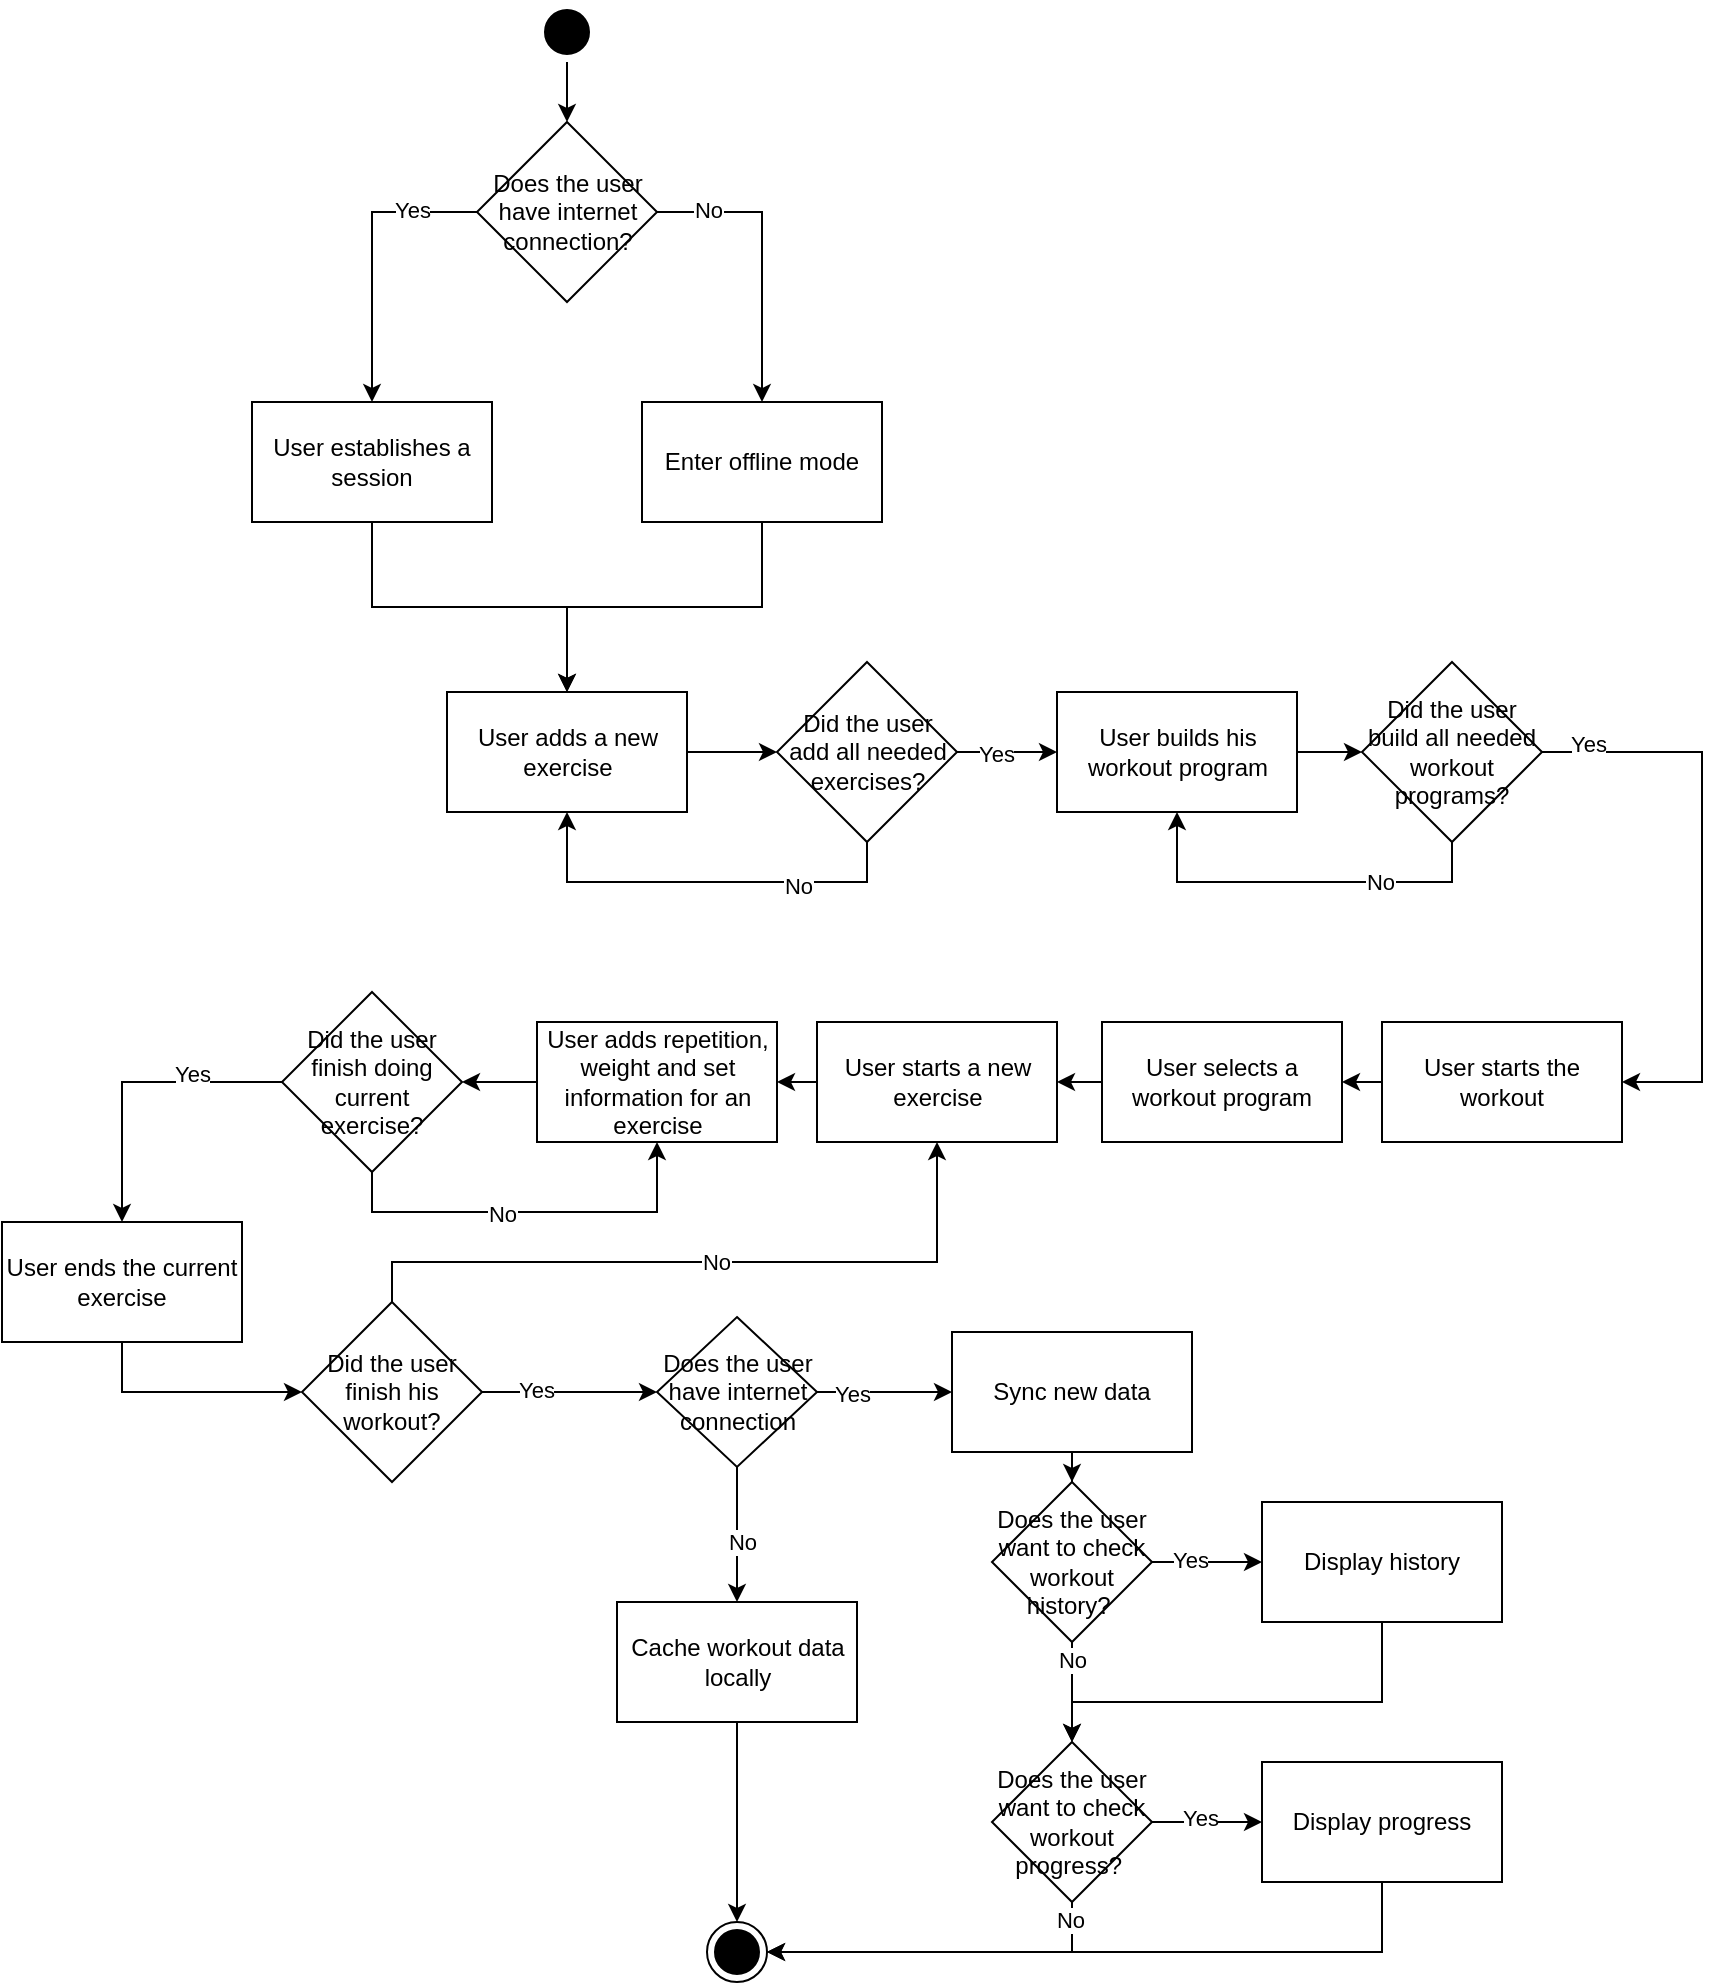
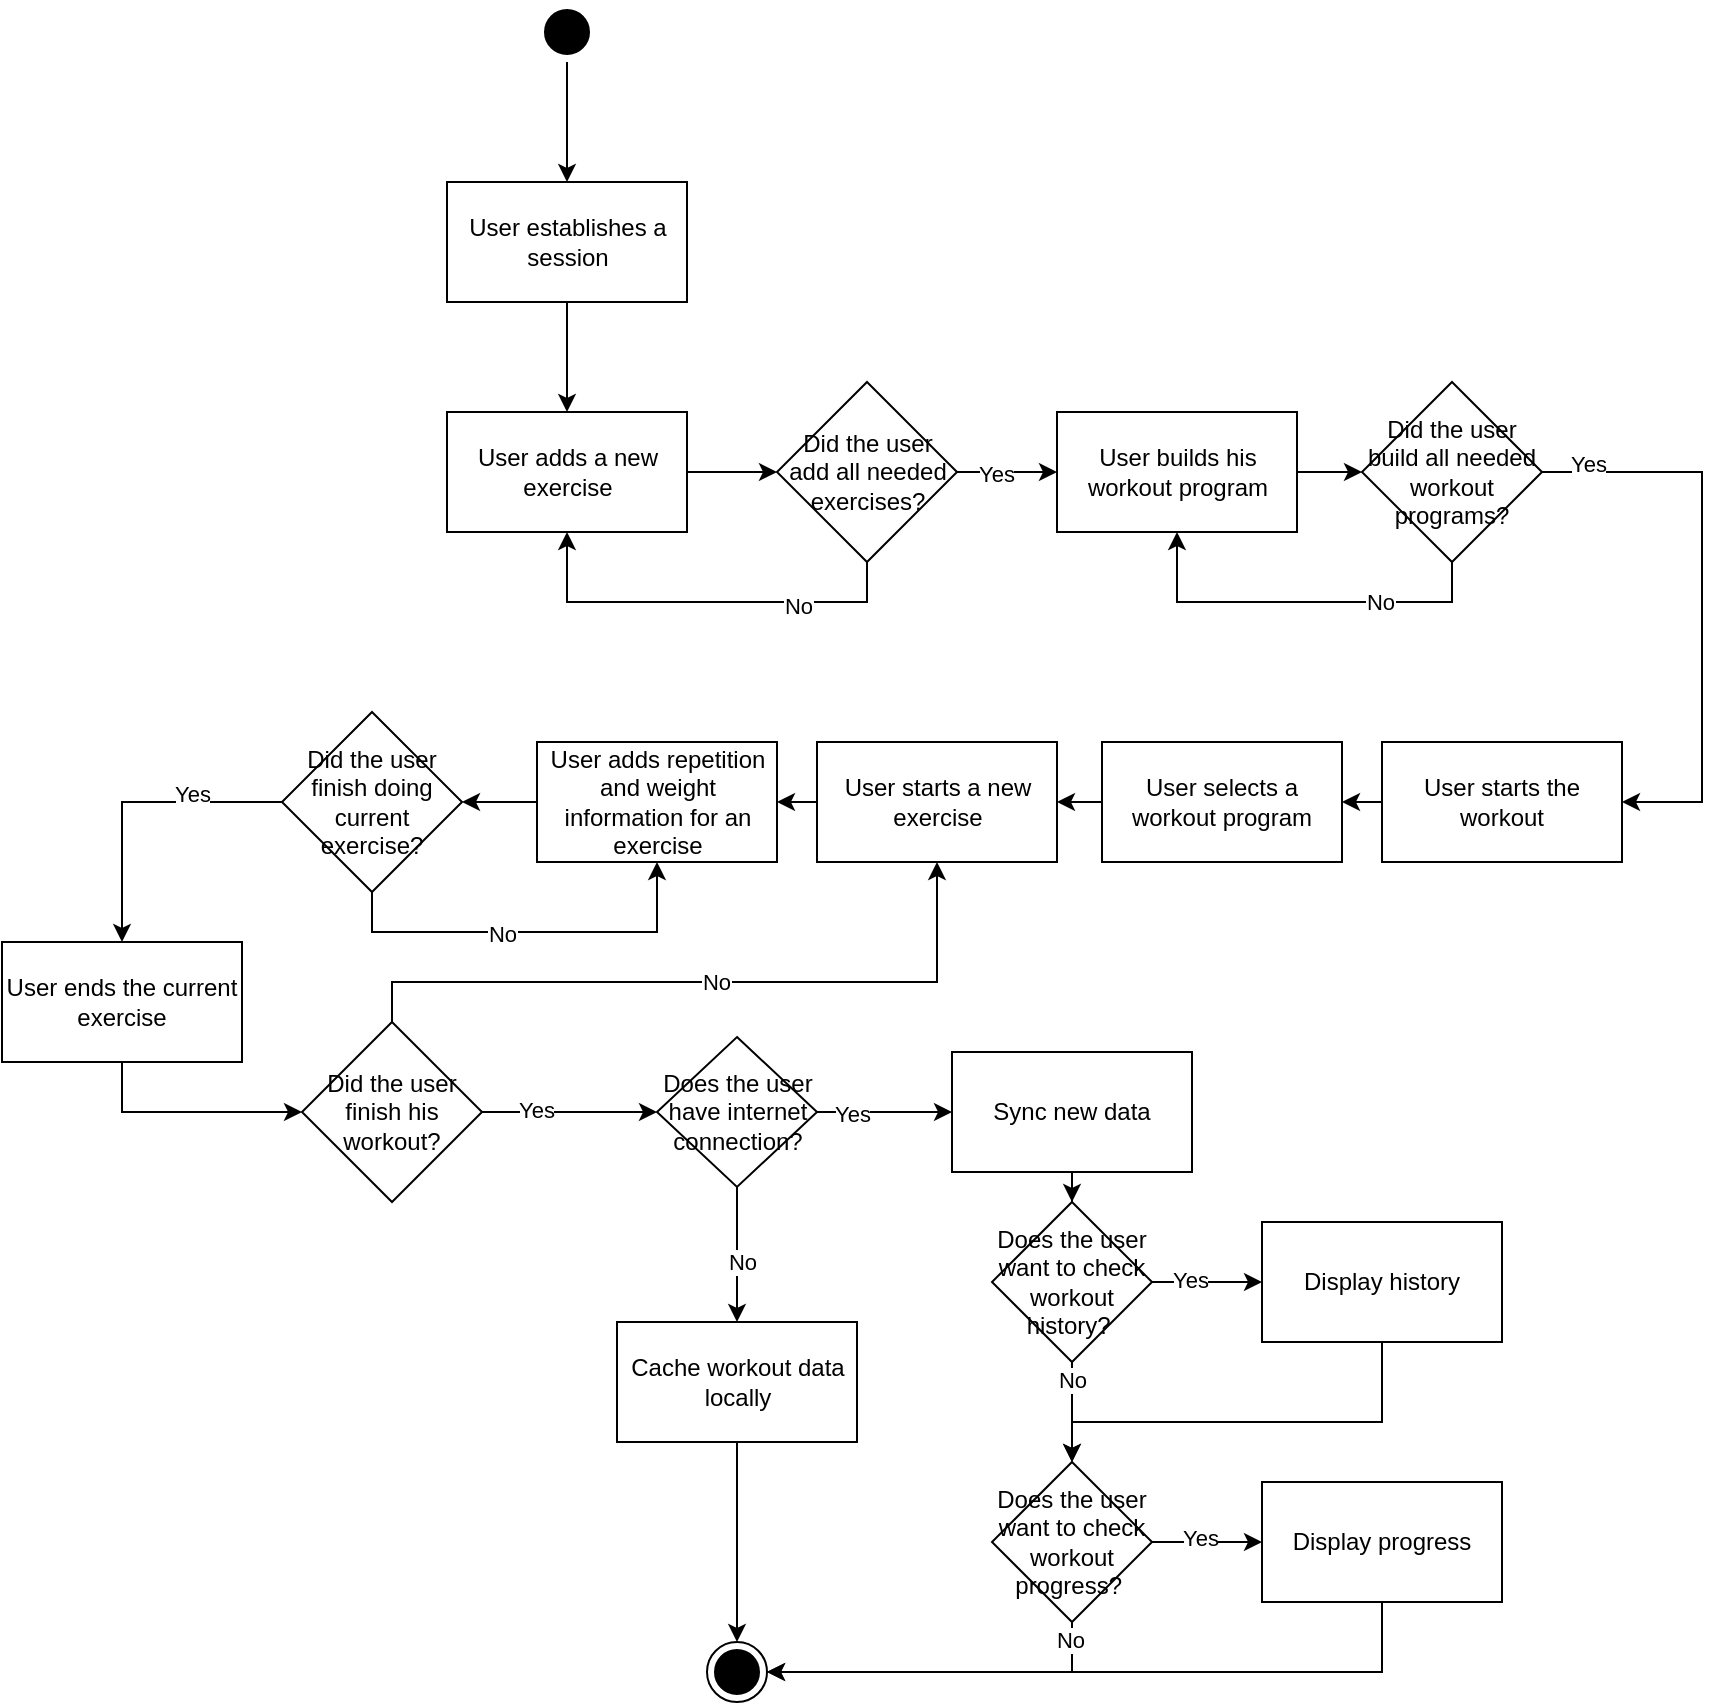
- <mxfile host="app.diagrams.net" agent="Mozilla/5.0 (Windows NT 10.0; Win64; x64) AppleWebKit/537.36 (KHTML, like Gecko) Chrome/144.0.0.0 Safari/537.36" version="29.3.8">
+ <mxfile host="app.diagrams.net" agent="Mozilla/5.0 (Windows NT 10.0; Win64; x64) AppleWebKit/537.36 (KHTML, like Gecko) Chrome/145.0.0.0 Safari/537.36" version="29.5.0">
  <diagram name="Page-1" id="e7e014a7-5840-1c2e-5031-d8a46d1fe8dd">
-     <mxGraphModel dx="1348" dy="692" grid="1" gridSize="10" guides="1" tooltips="1" connect="1" arrows="1" fold="1" page="1" pageScale="1" pageWidth="1169" pageHeight="826" background="none" math="0" shadow="0">
+     <mxGraphModel dx="1733" dy="890" grid="1" gridSize="10" guides="1" tooltips="1" connect="1" arrows="1" fold="1" page="1" pageScale="1" pageWidth="1169" pageHeight="826" background="none" math="0" shadow="0">
      <root>
        <mxCell id="0" />
        <mxCell id="1" parent="0" />
        <mxCell id="IoFGISJUYMX9QcFm3xg8-41" parent="1" style="ellipse;html=1;shape=endState;fillColor=light-dark(#000000,#000000);strokeColor=light-dark(#000000,#000000);" value="" vertex="1">
          <mxGeometry height="30" width="30" x="462.5" y="1040" as="geometry" />
        </mxCell>
-         <mxCell id="IoFGISJUYMX9QcFm3xg8-53" edge="1" parent="1" source="IoFGISJUYMX9QcFm3xg8-42" style="edgeStyle=orthogonalEdgeStyle;rounded=0;orthogonalLoop=1;jettySize=auto;html=1;exitX=0.5;exitY=1;exitDx=0;exitDy=0;entryX=0.5;entryY=0;entryDx=0;entryDy=0;" target="IoFGISJUYMX9QcFm3xg8-87">
-           <mxGeometry relative="1" as="geometry" />
+         <mxCell id="IoFGISJUYMX9QcFm3xg8-53" edge="1" parent="1" source="IoFGISJUYMX9QcFm3xg8-42" style="edgeStyle=orthogonalEdgeStyle;rounded=0;orthogonalLoop=1;jettySize=auto;html=1;exitX=0.5;exitY=1;exitDx=0;exitDy=0;entryX=0.5;entryY=0;entryDx=0;entryDy=0;" target="IoFGISJUYMX9QcFm3xg8-45">
+           <mxGeometry relative="1" as="geometry">
+             <mxPoint x="392.5" y="140" as="targetPoint" />
+           </mxGeometry>
        </mxCell>
        <mxCell id="IoFGISJUYMX9QcFm3xg8-42" parent="1" style="ellipse;html=1;shape=startState;fillColor=#000000;strokeColor=light-dark(#000000,#000000);" value="" vertex="1">
-           <mxGeometry height="30" width="30" x="377.5" y="80" as="geometry" />
+           <mxGeometry height="30" width="30" x="377.5" y="220" as="geometry" />
        </mxCell>
        <mxCell id="IoFGISJUYMX9QcFm3xg8-94" edge="1" parent="1" source="IoFGISJUYMX9QcFm3xg8-45" style="edgeStyle=orthogonalEdgeStyle;rounded=0;orthogonalLoop=1;jettySize=auto;html=1;exitX=0.5;exitY=1;exitDx=0;exitDy=0;entryX=0.5;entryY=0;entryDx=0;entryDy=0;" target="IoFGISJUYMX9QcFm3xg8-46">
          <mxGeometry relative="1" as="geometry" />
        </mxCell>
        <mxCell id="IoFGISJUYMX9QcFm3xg8-45" parent="1" style="rounded=0;whiteSpace=wrap;html=1;" value="User establishes a session" vertex="1">
-           <mxGeometry height="60" width="120" x="235" y="280" as="geometry" />
+           <mxGeometry height="60" width="120" x="332.5" y="310" as="geometry" />
        </mxCell>
        <mxCell id="IoFGISJUYMX9QcFm3xg8-95" edge="1" parent="1" source="IoFGISJUYMX9QcFm3xg8-46" style="edgeStyle=orthogonalEdgeStyle;rounded=0;orthogonalLoop=1;jettySize=auto;html=1;exitX=1;exitY=0.5;exitDx=0;exitDy=0;entryX=0;entryY=0.5;entryDx=0;entryDy=0;" target="IoFGISJUYMX9QcFm3xg8-47">
          <mxGeometry relative="1" as="geometry" />
        </mxCell>
        <mxCell id="IoFGISJUYMX9QcFm3xg8-46" parent="1" style="rounded=0;whiteSpace=wrap;html=1;" value="User adds a new exercise" vertex="1">
          <mxGeometry height="60" width="120" x="332.5" y="425" as="geometry" />
        </mxCell>
        <mxCell id="IoFGISJUYMX9QcFm3xg8-48" edge="1" parent="1" source="IoFGISJUYMX9QcFm3xg8-47" style="edgeStyle=orthogonalEdgeStyle;rounded=0;orthogonalLoop=1;jettySize=auto;html=1;exitX=0.5;exitY=1;exitDx=0;exitDy=0;entryX=0.5;entryY=1;entryDx=0;entryDy=0;" target="IoFGISJUYMX9QcFm3xg8-46">
          <mxGeometry relative="1" as="geometry" />
        </mxCell>
        <mxCell id="IoFGISJUYMX9QcFm3xg8-49" connectable="0" parent="IoFGISJUYMX9QcFm3xg8-48" style="edgeLabel;html=1;align=center;verticalAlign=middle;resizable=0;points=[];" value="No" vertex="1">
          <mxGeometry relative="1" x="-0.4685" y="2" as="geometry">
            <mxPoint as="offset" />
          </mxGeometry>
        </mxCell>
        <mxCell id="IoFGISJUYMX9QcFm3xg8-51" edge="1" parent="1" source="IoFGISJUYMX9QcFm3xg8-47" style="edgeStyle=orthogonalEdgeStyle;rounded=0;orthogonalLoop=1;jettySize=auto;html=1;exitX=1;exitY=0.5;exitDx=0;exitDy=0;entryX=0;entryY=0.5;entryDx=0;entryDy=0;" target="IoFGISJUYMX9QcFm3xg8-50">
          <mxGeometry relative="1" as="geometry" />
        </mxCell>
        <mxCell id="IoFGISJUYMX9QcFm3xg8-52" connectable="0" parent="IoFGISJUYMX9QcFm3xg8-51" style="edgeLabel;html=1;align=center;verticalAlign=middle;resizable=0;points=[];" value="Yes" vertex="1">
          <mxGeometry relative="1" x="-0.2681" y="-1" as="geometry">
            <mxPoint x="1" as="offset" />
          </mxGeometry>
        </mxCell>
        <mxCell id="IoFGISJUYMX9QcFm3xg8-47" parent="1" style="rhombus;whiteSpace=wrap;html=1;" value="Did the user add all needed exercises?" vertex="1">
          <mxGeometry height="90" width="90" x="497.5" y="410" as="geometry" />
        </mxCell>
        <mxCell id="IoFGISJUYMX9QcFm3xg8-55" edge="1" parent="1" source="IoFGISJUYMX9QcFm3xg8-50" style="edgeStyle=orthogonalEdgeStyle;rounded=0;orthogonalLoop=1;jettySize=auto;html=1;exitX=1;exitY=0.5;exitDx=0;exitDy=0;entryX=0;entryY=0.5;entryDx=0;entryDy=0;" target="IoFGISJUYMX9QcFm3xg8-54">
          <mxGeometry relative="1" as="geometry" />
        </mxCell>
        <mxCell id="IoFGISJUYMX9QcFm3xg8-50" parent="1" style="rounded=0;whiteSpace=wrap;html=1;" value="User builds his workout program" vertex="1">
          <mxGeometry height="60" width="120" x="637.5" y="425" as="geometry" />
        </mxCell>
        <mxCell id="IoFGISJUYMX9QcFm3xg8-56" edge="1" parent="1" source="IoFGISJUYMX9QcFm3xg8-54" style="edgeStyle=orthogonalEdgeStyle;rounded=0;orthogonalLoop=1;jettySize=auto;html=1;exitX=0.5;exitY=1;exitDx=0;exitDy=0;entryX=0.5;entryY=1;entryDx=0;entryDy=0;" target="IoFGISJUYMX9QcFm3xg8-50">
          <mxGeometry relative="1" as="geometry" />
        </mxCell>
        <mxCell id="IoFGISJUYMX9QcFm3xg8-57" connectable="0" parent="IoFGISJUYMX9QcFm3xg8-56" style="edgeLabel;html=1;align=center;verticalAlign=middle;resizable=0;points=[];" value="No" vertex="1">
          <mxGeometry relative="1" x="-0.4107" as="geometry">
            <mxPoint as="offset" />
          </mxGeometry>
        </mxCell>
        <mxCell id="IoFGISJUYMX9QcFm3xg8-59" edge="1" parent="1" source="IoFGISJUYMX9QcFm3xg8-54" style="edgeStyle=orthogonalEdgeStyle;rounded=0;orthogonalLoop=1;jettySize=auto;html=1;exitX=1;exitY=0.5;exitDx=0;exitDy=0;entryX=1;entryY=0.5;entryDx=0;entryDy=0;" target="IoFGISJUYMX9QcFm3xg8-58">
          <mxGeometry relative="1" as="geometry">
            <Array as="points">
              <mxPoint x="960" y="455" />
              <mxPoint x="960" y="620" />
            </Array>
            <mxPoint x="1000" y="610" as="targetPoint" />
          </mxGeometry>
        </mxCell>
        <mxCell id="IoFGISJUYMX9QcFm3xg8-60" connectable="0" parent="IoFGISJUYMX9QcFm3xg8-59" style="edgeLabel;html=1;align=center;verticalAlign=middle;resizable=0;points=[];" value="Yes" vertex="1">
          <mxGeometry relative="1" x="-0.8469" y="4" as="geometry">
            <mxPoint x="1" as="offset" />
          </mxGeometry>
        </mxCell>
        <mxCell id="IoFGISJUYMX9QcFm3xg8-54" parent="1" style="rhombus;whiteSpace=wrap;html=1;" value="Did the user build all needed workout programs?" vertex="1">
          <mxGeometry height="90" width="90" x="790" y="410" as="geometry" />
        </mxCell>
        <mxCell id="IoFGISJUYMX9QcFm3xg8-111" edge="1" parent="1" source="IoFGISJUYMX9QcFm3xg8-58" style="edgeStyle=orthogonalEdgeStyle;rounded=0;orthogonalLoop=1;jettySize=auto;html=1;exitX=0;exitY=0.5;exitDx=0;exitDy=0;entryX=1;entryY=0.5;entryDx=0;entryDy=0;" target="IoFGISJUYMX9QcFm3xg8-64">
          <mxGeometry relative="1" as="geometry" />
        </mxCell>
        <mxCell id="IoFGISJUYMX9QcFm3xg8-58" parent="1" style="rounded=0;whiteSpace=wrap;html=1;" value="User starts the workout" vertex="1">
          <mxGeometry height="60" width="120" x="800" y="590" as="geometry" />
        </mxCell>
        <mxCell id="IoFGISJUYMX9QcFm3xg8-114" edge="1" parent="1" source="IoFGISJUYMX9QcFm3xg8-61" style="edgeStyle=orthogonalEdgeStyle;rounded=0;orthogonalLoop=1;jettySize=auto;html=1;exitX=0;exitY=0.5;exitDx=0;exitDy=0;entryX=1;entryY=0.5;entryDx=0;entryDy=0;" target="IoFGISJUYMX9QcFm3xg8-62">
          <mxGeometry relative="1" as="geometry" />
        </mxCell>
-         <mxCell id="IoFGISJUYMX9QcFm3xg8-61" parent="1" style="rounded=0;whiteSpace=wrap;html=1;" value="User adds repetition, weight and set information for an exercise" vertex="1">
+         <mxCell id="IoFGISJUYMX9QcFm3xg8-61" parent="1" style="rounded=0;whiteSpace=wrap;html=1;" value="User adds repetition and weight information for an exercise" vertex="1">
          <mxGeometry height="60" width="120" x="377.5" y="590" as="geometry" />
        </mxCell>
        <mxCell id="IoFGISJUYMX9QcFm3xg8-65" edge="1" parent="1" source="IoFGISJUYMX9QcFm3xg8-62" style="edgeStyle=orthogonalEdgeStyle;rounded=0;orthogonalLoop=1;jettySize=auto;html=1;exitX=0.5;exitY=1;exitDx=0;exitDy=0;entryX=0.5;entryY=1;entryDx=0;entryDy=0;" target="IoFGISJUYMX9QcFm3xg8-61">
          <mxGeometry relative="1" as="geometry" />
        </mxCell>
        <mxCell id="IoFGISJUYMX9QcFm3xg8-70" connectable="0" parent="IoFGISJUYMX9QcFm3xg8-65" style="edgeLabel;html=1;align=center;verticalAlign=middle;resizable=0;points=[];" value="No" vertex="1">
          <mxGeometry relative="1" x="-0.1455" y="-1" as="geometry">
            <mxPoint as="offset" />
          </mxGeometry>
        </mxCell>
        <mxCell id="IoFGISJUYMX9QcFm3xg8-71" edge="1" parent="1" source="IoFGISJUYMX9QcFm3xg8-62" style="edgeStyle=orthogonalEdgeStyle;rounded=0;orthogonalLoop=1;jettySize=auto;html=1;exitX=0;exitY=0.5;exitDx=0;exitDy=0;entryX=0.5;entryY=0;entryDx=0;entryDy=0;" target="IoFGISJUYMX9QcFm3xg8-68">
          <mxGeometry relative="1" as="geometry">
            <mxPoint x="170" y="690" as="targetPoint" />
          </mxGeometry>
        </mxCell>
        <mxCell id="IoFGISJUYMX9QcFm3xg8-72" connectable="0" parent="IoFGISJUYMX9QcFm3xg8-71" style="edgeLabel;html=1;align=center;verticalAlign=middle;resizable=0;points=[];" value="Yes" vertex="1">
          <mxGeometry relative="1" x="-0.4033" y="-4" as="geometry">
            <mxPoint as="offset" />
          </mxGeometry>
        </mxCell>
        <mxCell id="IoFGISJUYMX9QcFm3xg8-62" parent="1" style="rhombus;whiteSpace=wrap;html=1;" value="Did the user finish doing current exercise?" vertex="1">
          <mxGeometry height="90" width="90" x="250" y="575" as="geometry" />
        </mxCell>
        <mxCell id="IoFGISJUYMX9QcFm3xg8-112" edge="1" parent="1" source="IoFGISJUYMX9QcFm3xg8-64" style="edgeStyle=orthogonalEdgeStyle;rounded=0;orthogonalLoop=1;jettySize=auto;html=1;exitX=0;exitY=0.5;exitDx=0;exitDy=0;entryX=1;entryY=0.5;entryDx=0;entryDy=0;" target="IoFGISJUYMX9QcFm3xg8-69">
          <mxGeometry relative="1" as="geometry" />
        </mxCell>
        <mxCell id="IoFGISJUYMX9QcFm3xg8-64" parent="1" style="rounded=0;whiteSpace=wrap;html=1;" value="User selects a workout program" vertex="1">
          <mxGeometry height="60" width="120" x="660" y="590" as="geometry" />
        </mxCell>
        <mxCell id="IoFGISJUYMX9QcFm3xg8-73" edge="1" parent="1" source="IoFGISJUYMX9QcFm3xg8-66" style="edgeStyle=orthogonalEdgeStyle;rounded=0;orthogonalLoop=1;jettySize=auto;html=1;exitX=0.5;exitY=0;exitDx=0;exitDy=0;entryX=0.5;entryY=1;entryDx=0;entryDy=0;" target="IoFGISJUYMX9QcFm3xg8-69">
          <mxGeometry relative="1" as="geometry">
            <Array as="points">
              <mxPoint x="305" y="710" />
              <mxPoint x="578" y="710" />
            </Array>
          </mxGeometry>
        </mxCell>
        <mxCell id="IoFGISJUYMX9QcFm3xg8-74" connectable="0" parent="IoFGISJUYMX9QcFm3xg8-73" style="edgeLabel;html=1;align=center;verticalAlign=middle;resizable=0;points=[];" value="No" vertex="1">
          <mxGeometry relative="1" x="0.0335" as="geometry">
            <mxPoint as="offset" />
          </mxGeometry>
        </mxCell>
        <mxCell id="IoFGISJUYMX9QcFm3xg8-66" parent="1" style="rhombus;whiteSpace=wrap;html=1;" value="Did the user finish his workout?" vertex="1">
          <mxGeometry height="90" width="90" x="260" y="730" as="geometry" />
        </mxCell>
        <mxCell id="IoFGISJUYMX9QcFm3xg8-75" edge="1" parent="1" source="IoFGISJUYMX9QcFm3xg8-68" style="edgeStyle=orthogonalEdgeStyle;rounded=0;orthogonalLoop=1;jettySize=auto;html=1;exitX=0.5;exitY=1;exitDx=0;exitDy=0;entryX=0;entryY=0.5;entryDx=0;entryDy=0;" target="IoFGISJUYMX9QcFm3xg8-66">
          <mxGeometry relative="1" as="geometry" />
        </mxCell>
        <mxCell id="IoFGISJUYMX9QcFm3xg8-68" parent="1" style="rounded=0;whiteSpace=wrap;html=1;" value="User ends the current exercise" vertex="1">
          <mxGeometry height="60" width="120" x="110" y="690" as="geometry" />
        </mxCell>
        <mxCell id="IoFGISJUYMX9QcFm3xg8-113" edge="1" parent="1" source="IoFGISJUYMX9QcFm3xg8-69" style="edgeStyle=orthogonalEdgeStyle;rounded=0;orthogonalLoop=1;jettySize=auto;html=1;exitX=0;exitY=0.5;exitDx=0;exitDy=0;entryX=1;entryY=0.5;entryDx=0;entryDy=0;" target="IoFGISJUYMX9QcFm3xg8-61">
          <mxGeometry relative="1" as="geometry" />
        </mxCell>
        <mxCell id="IoFGISJUYMX9QcFm3xg8-69" parent="1" style="rounded=0;whiteSpace=wrap;html=1;" value="User starts a new exercise" vertex="1">
          <mxGeometry height="60" width="120" x="517.5" y="590" as="geometry" />
        </mxCell>
        <mxCell id="IoFGISJUYMX9QcFm3xg8-77" edge="1" parent="1" source="IoFGISJUYMX9QcFm3xg8-66" style="edgeStyle=orthogonalEdgeStyle;rounded=0;orthogonalLoop=1;jettySize=auto;html=1;exitX=1;exitY=0.5;exitDx=0;exitDy=0;entryX=0;entryY=0.5;entryDx=0;entryDy=0;" target="IoFGISJUYMX9QcFm3xg8-79">
          <mxGeometry relative="1" as="geometry">
            <mxPoint x="397.5" y="775" as="targetPoint" />
          </mxGeometry>
        </mxCell>
        <mxCell id="IoFGISJUYMX9QcFm3xg8-78" connectable="0" parent="IoFGISJUYMX9QcFm3xg8-77" style="edgeLabel;html=1;align=center;verticalAlign=middle;resizable=0;points=[];" value="Yes" vertex="1">
          <mxGeometry relative="1" x="-0.4168" y="1" as="geometry">
            <mxPoint x="1" as="offset" />
          </mxGeometry>
        </mxCell>
        <mxCell id="IoFGISJUYMX9QcFm3xg8-81" edge="1" parent="1" source="IoFGISJUYMX9QcFm3xg8-79" style="edgeStyle=orthogonalEdgeStyle;rounded=0;orthogonalLoop=1;jettySize=auto;html=1;exitX=0.5;exitY=1;exitDx=0;exitDy=0;entryX=0.5;entryY=0;entryDx=0;entryDy=0;" target="IoFGISJUYMX9QcFm3xg8-80">
          <mxGeometry relative="1" as="geometry" />
        </mxCell>
        <mxCell id="IoFGISJUYMX9QcFm3xg8-82" connectable="0" parent="IoFGISJUYMX9QcFm3xg8-81" style="edgeLabel;html=1;align=center;verticalAlign=middle;resizable=0;points=[];" value="No" vertex="1">
          <mxGeometry relative="1" x="0.0931" y="2" as="geometry">
            <mxPoint as="offset" />
          </mxGeometry>
        </mxCell>
-         <mxCell id="IoFGISJUYMX9QcFm3xg8-79" parent="1" style="rhombus;whiteSpace=wrap;html=1;" value="Does the user have internet connection" vertex="1">
+         <mxCell id="IoFGISJUYMX9QcFm3xg8-79" parent="1" style="rhombus;whiteSpace=wrap;html=1;" value="Does the user have internet connection?" vertex="1">
          <mxGeometry height="75" width="80" x="437.5" y="737.5" as="geometry" />
        </mxCell>
        <mxCell id="IoFGISJUYMX9QcFm3xg8-83" edge="1" parent="1" source="IoFGISJUYMX9QcFm3xg8-80" style="edgeStyle=orthogonalEdgeStyle;rounded=0;orthogonalLoop=1;jettySize=auto;html=1;exitX=0.5;exitY=1;exitDx=0;exitDy=0;entryX=0.5;entryY=0;entryDx=0;entryDy=0;" target="IoFGISJUYMX9QcFm3xg8-41">
          <mxGeometry relative="1" as="geometry" />
        </mxCell>
        <mxCell id="IoFGISJUYMX9QcFm3xg8-80" parent="1" style="rounded=0;whiteSpace=wrap;html=1;" value="Cache workout data locally" vertex="1">
          <mxGeometry height="60" width="120" x="417.5" y="880" as="geometry" />
        </mxCell>
        <mxCell id="IoFGISJUYMX9QcFm3xg8-98" edge="1" parent="1" source="IoFGISJUYMX9QcFm3xg8-84" style="edgeStyle=orthogonalEdgeStyle;rounded=0;orthogonalLoop=1;jettySize=auto;html=1;exitX=0.5;exitY=1;exitDx=0;exitDy=0;" target="IoFGISJUYMX9QcFm3xg8-96">
          <mxGeometry relative="1" as="geometry" />
        </mxCell>
        <mxCell id="IoFGISJUYMX9QcFm3xg8-84" parent="1" style="rounded=0;whiteSpace=wrap;html=1;" value="Sync new data" vertex="1">
          <mxGeometry height="60" width="120" x="585" y="745" as="geometry" />
        </mxCell>
        <mxCell id="IoFGISJUYMX9QcFm3xg8-85" edge="1" parent="1" source="IoFGISJUYMX9QcFm3xg8-79" style="edgeStyle=orthogonalEdgeStyle;rounded=0;orthogonalLoop=1;jettySize=auto;html=1;exitX=1;exitY=0.5;exitDx=0;exitDy=0;entryX=0;entryY=0.5;entryDx=0;entryDy=0;" target="IoFGISJUYMX9QcFm3xg8-84">
          <mxGeometry relative="1" as="geometry" />
        </mxCell>
        <mxCell id="IoFGISJUYMX9QcFm3xg8-86" connectable="0" parent="IoFGISJUYMX9QcFm3xg8-85" style="edgeLabel;html=1;align=center;verticalAlign=middle;resizable=0;points=[];" value="Yes" vertex="1">
          <mxGeometry relative="1" x="-0.4826" y="-1" as="geometry">
            <mxPoint as="offset" />
          </mxGeometry>
-         </mxCell>
-         <mxCell id="IoFGISJUYMX9QcFm3xg8-89" edge="1" parent="1" source="IoFGISJUYMX9QcFm3xg8-87" style="edgeStyle=orthogonalEdgeStyle;rounded=0;orthogonalLoop=1;jettySize=auto;html=1;exitX=0;exitY=0.5;exitDx=0;exitDy=0;" target="IoFGISJUYMX9QcFm3xg8-45">
-           <mxGeometry relative="1" as="geometry" />
-         </mxCell>
-         <mxCell id="IoFGISJUYMX9QcFm3xg8-90" connectable="0" parent="IoFGISJUYMX9QcFm3xg8-89" style="edgeLabel;html=1;align=center;verticalAlign=middle;resizable=0;points=[];" value="Yes" vertex="1">
-           <mxGeometry relative="1" x="-0.5571" y="-1" as="geometry">
-             <mxPoint as="offset" />
-           </mxGeometry>
-         </mxCell>
-         <mxCell id="IoFGISJUYMX9QcFm3xg8-91" edge="1" parent="1" source="IoFGISJUYMX9QcFm3xg8-87" style="edgeStyle=orthogonalEdgeStyle;rounded=0;orthogonalLoop=1;jettySize=auto;html=1;exitX=1;exitY=0.5;exitDx=0;exitDy=0;" target="IoFGISJUYMX9QcFm3xg8-88">
-           <mxGeometry relative="1" as="geometry" />
-         </mxCell>
-         <mxCell id="IoFGISJUYMX9QcFm3xg8-92" connectable="0" parent="IoFGISJUYMX9QcFm3xg8-91" style="edgeLabel;html=1;align=center;verticalAlign=middle;resizable=0;points=[];" value="No" vertex="1">
-           <mxGeometry relative="1" x="-0.6633" y="1" as="geometry">
-             <mxPoint as="offset" />
-           </mxGeometry>
-         </mxCell>
-         <mxCell id="IoFGISJUYMX9QcFm3xg8-87" parent="1" style="rhombus;whiteSpace=wrap;html=1;" value="Does the user have internet connection?" vertex="1">
-           <mxGeometry height="90" width="90" x="347.5" y="140" as="geometry" />
-         </mxCell>
-         <mxCell id="IoFGISJUYMX9QcFm3xg8-93" edge="1" parent="1" source="IoFGISJUYMX9QcFm3xg8-88" style="edgeStyle=orthogonalEdgeStyle;rounded=0;orthogonalLoop=1;jettySize=auto;html=1;exitX=0.5;exitY=1;exitDx=0;exitDy=0;entryX=0.5;entryY=0;entryDx=0;entryDy=0;" target="IoFGISJUYMX9QcFm3xg8-46">
-           <mxGeometry relative="1" as="geometry" />
-         </mxCell>
-         <mxCell id="IoFGISJUYMX9QcFm3xg8-88" parent="1" style="rounded=0;whiteSpace=wrap;html=1;" value="Enter offline mode" vertex="1">
-           <mxGeometry height="60" width="120" x="430" y="280" as="geometry" />
        </mxCell>
        <mxCell id="IoFGISJUYMX9QcFm3xg8-100" edge="1" parent="1" source="IoFGISJUYMX9QcFm3xg8-96" style="edgeStyle=orthogonalEdgeStyle;rounded=0;orthogonalLoop=1;jettySize=auto;html=1;exitX=1;exitY=0.5;exitDx=0;exitDy=0;entryX=0;entryY=0.5;entryDx=0;entryDy=0;" target="IoFGISJUYMX9QcFm3xg8-99">
          <mxGeometry relative="1" as="geometry" />
        </mxCell>
        <mxCell id="IoFGISJUYMX9QcFm3xg8-104" connectable="0" parent="IoFGISJUYMX9QcFm3xg8-100" style="edgeLabel;html=1;align=center;verticalAlign=middle;resizable=0;points=[];" value="Yes" vertex="1">
          <mxGeometry relative="1" x="-0.3242" y="1" as="geometry">
            <mxPoint as="offset" />
          </mxGeometry>
        </mxCell>
        <mxCell id="IoFGISJUYMX9QcFm3xg8-102" edge="1" parent="1" source="IoFGISJUYMX9QcFm3xg8-96" style="edgeStyle=orthogonalEdgeStyle;rounded=0;orthogonalLoop=1;jettySize=auto;html=1;exitX=0.5;exitY=1;exitDx=0;exitDy=0;entryX=0.5;entryY=0;entryDx=0;entryDy=0;" target="IoFGISJUYMX9QcFm3xg8-97">
          <mxGeometry relative="1" as="geometry" />
        </mxCell>
        <mxCell id="IoFGISJUYMX9QcFm3xg8-103" connectable="0" parent="IoFGISJUYMX9QcFm3xg8-102" style="edgeLabel;html=1;align=center;verticalAlign=middle;resizable=0;points=[];" value="No" vertex="1">
          <mxGeometry relative="1" x="-0.6433" as="geometry">
            <mxPoint as="offset" />
          </mxGeometry>
        </mxCell>
        <mxCell id="IoFGISJUYMX9QcFm3xg8-96" parent="1" style="rhombus;whiteSpace=wrap;html=1;" value="Does the user want to check workout history?&amp;nbsp;" vertex="1">
          <mxGeometry height="80" width="80" x="605" y="820" as="geometry" />
        </mxCell>
        <mxCell id="IoFGISJUYMX9QcFm3xg8-106" edge="1" parent="1" source="IoFGISJUYMX9QcFm3xg8-97" style="edgeStyle=orthogonalEdgeStyle;rounded=0;orthogonalLoop=1;jettySize=auto;html=1;exitX=1;exitY=0.5;exitDx=0;exitDy=0;entryX=0;entryY=0.5;entryDx=0;entryDy=0;" target="IoFGISJUYMX9QcFm3xg8-105">
          <mxGeometry relative="1" as="geometry" />
        </mxCell>
        <mxCell id="IoFGISJUYMX9QcFm3xg8-110" connectable="0" parent="IoFGISJUYMX9QcFm3xg8-106" style="edgeLabel;html=1;align=center;verticalAlign=middle;resizable=0;points=[];" value="Yes" vertex="1">
          <mxGeometry relative="1" x="-0.1488" y="2" as="geometry">
            <mxPoint as="offset" />
          </mxGeometry>
        </mxCell>
        <mxCell id="IoFGISJUYMX9QcFm3xg8-107" edge="1" parent="1" source="IoFGISJUYMX9QcFm3xg8-97" style="edgeStyle=orthogonalEdgeStyle;rounded=0;orthogonalLoop=1;jettySize=auto;html=1;exitX=0.5;exitY=1;exitDx=0;exitDy=0;entryX=1;entryY=0.5;entryDx=0;entryDy=0;" target="IoFGISJUYMX9QcFm3xg8-41">
          <mxGeometry relative="1" as="geometry" />
        </mxCell>
        <mxCell id="IoFGISJUYMX9QcFm3xg8-109" connectable="0" parent="IoFGISJUYMX9QcFm3xg8-107" style="edgeLabel;html=1;align=center;verticalAlign=middle;resizable=0;points=[];" value="No" vertex="1">
          <mxGeometry relative="1" x="-0.9049" y="-1" as="geometry">
            <mxPoint as="offset" />
          </mxGeometry>
        </mxCell>
        <mxCell id="IoFGISJUYMX9QcFm3xg8-97" parent="1" style="rhombus;whiteSpace=wrap;html=1;" value="Does the user want to check workout progress?&amp;nbsp;" vertex="1">
          <mxGeometry height="80" width="80" x="605" y="950" as="geometry" />
        </mxCell>
        <mxCell id="IoFGISJUYMX9QcFm3xg8-101" edge="1" parent="1" source="IoFGISJUYMX9QcFm3xg8-99" style="edgeStyle=orthogonalEdgeStyle;rounded=0;orthogonalLoop=1;jettySize=auto;html=1;exitX=0.5;exitY=1;exitDx=0;exitDy=0;entryX=0.5;entryY=0;entryDx=0;entryDy=0;" target="IoFGISJUYMX9QcFm3xg8-97">
          <mxGeometry relative="1" as="geometry">
            <Array as="points">
              <mxPoint x="800" y="930" />
              <mxPoint x="645" y="930" />
            </Array>
          </mxGeometry>
        </mxCell>
        <mxCell id="IoFGISJUYMX9QcFm3xg8-99" parent="1" style="rounded=0;whiteSpace=wrap;html=1;" value="Display history" vertex="1">
          <mxGeometry height="60" width="120" x="740" y="830" as="geometry" />
        </mxCell>
        <mxCell id="IoFGISJUYMX9QcFm3xg8-108" edge="1" parent="1" source="IoFGISJUYMX9QcFm3xg8-105" style="edgeStyle=orthogonalEdgeStyle;rounded=0;orthogonalLoop=1;jettySize=auto;html=1;exitX=0.5;exitY=1;exitDx=0;exitDy=0;entryX=1;entryY=0.5;entryDx=0;entryDy=0;" target="IoFGISJUYMX9QcFm3xg8-41">
          <mxGeometry relative="1" as="geometry" />
        </mxCell>
        <mxCell id="IoFGISJUYMX9QcFm3xg8-105" parent="1" style="rounded=0;whiteSpace=wrap;html=1;" value="Display progress" vertex="1">
          <mxGeometry height="60" width="120" x="740" y="960" as="geometry" />
        </mxCell>
      </root>
    </mxGraphModel>
  </diagram>
</mxfile>
